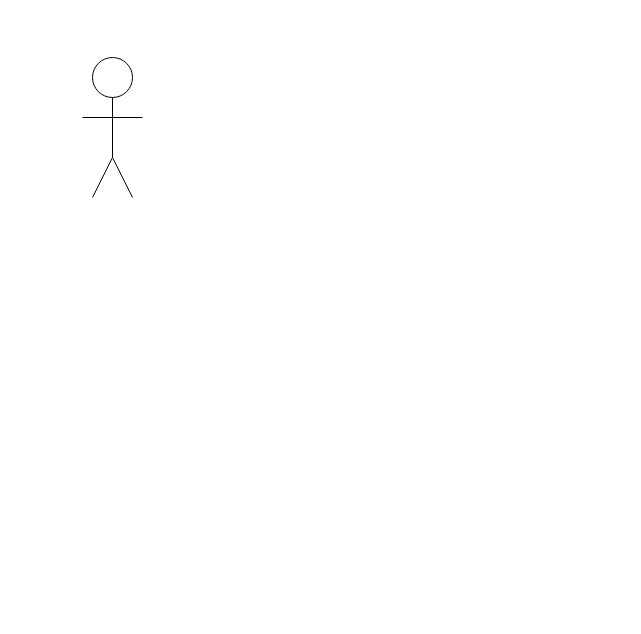
Earlier version of the draw.io diagram CMSC345/Untitled Diagram.drawio (AgileMyk/Java). Source tidied: cells renumbered, new cells numbered last; positions are measured from the earlier drawing's top-left corner, leaving out a move shared by most shapes. Both pictures are drawn from the tidied source at 100%, with x=0, y=0 at pixel (82, 57).
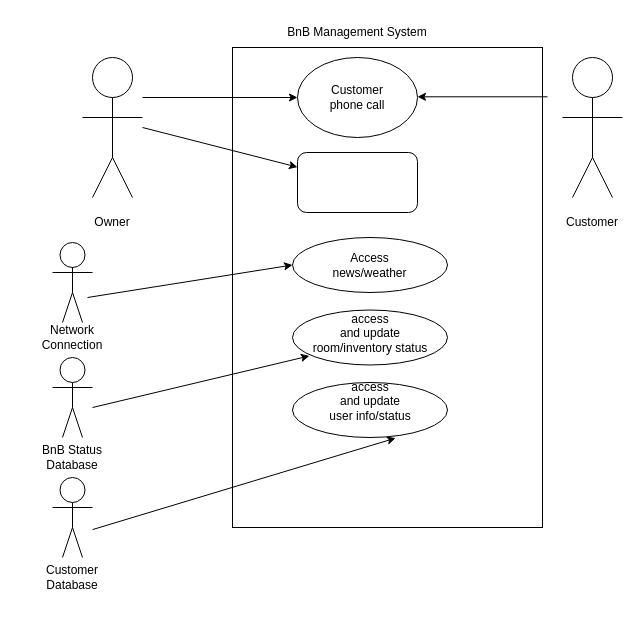
The same page after the edit.

Commit message:
CMSC345_asgn1_UML

What changed in the source:
```diff
@@
+    <mxCell id="8" style="whiteSpace=wrap;html=1;" parent="1" vertex="1">
+      <mxGeometry x="150" y="-10" width="310" height="480" as="geometry" />
+    </mxCell>
+    <mxCell id="9" style="endArrow=classic;html=1;rounded=0;entryX=0;entryY=0.5;entryDx=0;entryDy=0;" parent="1" edge="1" target="10">
+      <mxGeometry relative="1" as="geometry">
+        <mxPoint x="60" y="40" as="sourcePoint" />
+      </mxGeometry>
+    </mxCell>
+    <mxCell id="10" style="ellipse;whiteSpace=wrap;html=1;" parent="1" vertex="1">
+      <mxGeometry x="215" width="120" height="80" as="geometry" />
+    </mxCell>
+    <mxCell id="11" value="BnB Management System" style="text;html=1;align=center;verticalAlign=middle;whiteSpace=wrap;rounded=0;" parent="1" vertex="1">
+      <mxGeometry x="160" y="-40" width="230" height="30" as="geometry" />
+    </mxCell>
+    <mxCell id="12" value="Customer&lt;div&gt;phone call&lt;/div&gt;" style="text;html=1;align=center;verticalAlign=middle;whiteSpace=wrap;rounded=0;" parent="1" vertex="1">
+      <mxGeometry x="220" y="12.5" width="110" height="55" as="geometry" />
+    </mxCell>
+    <mxCell id="13" style="endArrow=classic;html=1;rounded=0;" parent="1" edge="1" target="14">
+      <mxGeometry relative="1" as="geometry">
+        <mxPoint x="60" y="70" as="sourcePoint" />
+      </mxGeometry>
+    </mxCell>
+    <mxCell id="14" style="rounded=1;whiteSpace=wrap;html=1;" parent="1" vertex="1">
+      <mxGeometry x="215" y="95" width="120" height="60" as="geometry" />
+    </mxCell>
+    <mxCell id="15" style="ellipse;whiteSpace=wrap;html=1;" parent="1" vertex="1">
+      <mxGeometry x="490" width="40" height="40" as="geometry" />
+    </mxCell>
+    <mxCell id="16" style="endArrow=none;html=1;rounded=0;entryX=0.5;entryY=1;entryDx=0;entryDy=0;" parent="1" edge="1" target="15">
+      <mxGeometry relative="1" as="geometry">
+        <mxPoint x="510" y="100" as="sourcePoint" />
+      </mxGeometry>
+    </mxCell>
+    <mxCell id="17" style="endArrow=none;html=1;rounded=0;" parent="1" edge="1">
+      <mxGeometry relative="1" as="geometry">
+        <mxPoint x="490" y="140" as="sourcePoint" />
+        <mxPoint x="510" y="100" as="targetPoint" />
+      </mxGeometry>
+    </mxCell>
+    <mxCell id="18" style="endArrow=none;html=1;rounded=0;" parent="1" edge="1">
+      <mxGeometry relative="1" as="geometry">
+        <mxPoint x="530" y="140" as="sourcePoint" />
+        <mxPoint x="510" y="100" as="targetPoint" />
+      </mxGeometry>
+    </mxCell>
+    <mxCell id="19" style="endArrow=none;html=1;rounded=0;" parent="1" edge="1">
+      <mxGeometry relative="1" as="geometry">
+        <mxPoint x="480" y="60" as="sourcePoint" />
+        <mxPoint x="510" y="60" as="targetPoint" />
+      </mxGeometry>
+    </mxCell>
+    <mxCell id="20" style="endArrow=none;html=1;rounded=0;" parent="1" edge="1">
+      <mxGeometry relative="1" as="geometry">
+        <mxPoint x="510" y="60" as="sourcePoint" />
+        <mxPoint x="540" y="60" as="targetPoint" />
+      </mxGeometry>
+    </mxCell>
+    <mxCell id="21" style="endArrow=classic;html=1;rounded=0;" parent="1" edge="1">
+      <mxGeometry relative="1" as="geometry">
+        <mxPoint x="465" y="39.3" as="sourcePoint" />
+        <mxPoint x="335" y="39.3" as="targetPoint" />
+      </mxGeometry>
+    </mxCell>
+    <mxCell id="22" value="Owner" style="text;html=1;align=center;verticalAlign=middle;whiteSpace=wrap;rounded=0;" parent="1" vertex="1">
+      <mxGeometry y="150" width="60" height="30" as="geometry" />
+    </mxCell>
+    <mxCell id="23" value="Customer" style="text;html=1;align=center;verticalAlign=middle;whiteSpace=wrap;rounded=0;" parent="1" vertex="1">
+      <mxGeometry x="480" y="150" width="60" height="30" as="geometry" />
+    </mxCell>
+    <mxCell id="24" value="BnB&amp;nbsp;&lt;span style=&quot;background-color: transparent; color: light-dark(rgb(0, 0, 0), rgb(255, 255, 255));&quot;&gt;Status&lt;/span&gt;&lt;div&gt;Database&lt;/div&gt;" style="text;html=1;align=center;verticalAlign=middle;whiteSpace=wrap;rounded=0;" parent="1" vertex="1">
+      <mxGeometry x="-65" y="360" width="110" height="80" as="geometry" />
+    </mxCell>
+    <mxCell id="25" style="endArrow=classic;html=1;rounded=0;entryX=0.109;entryY=0.835;entryDx=0;entryDy=0;entryPerimeter=0;" parent="1" edge="1" target="49">
+      <mxGeometry relative="1" as="geometry">
+        <mxPoint x="10" y="350" as="sourcePoint" />
+      </mxGeometry>
+    </mxCell>
+    <mxCell id="26" value="Customer&lt;div&gt;Database&lt;/div&gt;" style="text;html=1;align=center;verticalAlign=middle;whiteSpace=wrap;rounded=0;" parent="1" vertex="1">
+      <mxGeometry x="-40" y="480" width="60" height="80" as="geometry" />
+    </mxCell>
+    <mxCell id="27" style="endArrow=classic;html=1;rounded=0;entryX=0.665;entryY=1.011;entryDx=0;entryDy=0;entryPerimeter=0;" parent="1" edge="1" target="50">
+      <mxGeometry relative="1" as="geometry">
+        <mxPoint x="10" y="472.1" as="sourcePoint" />
+      </mxGeometry>
+    </mxCell>
+    <mxCell id="28" value="Network&lt;div&gt;Connection&lt;/div&gt;" style="text;html=1;align=center;verticalAlign=middle;whiteSpace=wrap;rounded=0;" parent="1" vertex="1">
+      <mxGeometry x="-40" y="240" width="60" height="80" as="geometry" />
+    </mxCell>
+    <mxCell id="29" style="endArrow=classic;html=1;rounded=0;entryX=0;entryY=0.5;entryDx=0;entryDy=0;exitX=0.75;exitY=0;exitDx=0;exitDy=0;" parent="1" edge="1" source="28" target="48">
+      <mxGeometry relative="1" as="geometry" />
+    </mxCell>
+    <mxCell id="30" style="ellipse;whiteSpace=wrap;html=1;" parent="1" vertex="1">
+      <mxGeometry x="-22.5" y="185" width="25" height="25" as="geometry" />
+    </mxCell>
+    <mxCell id="31" style="endArrow=none;html=1;rounded=0;entryX=0.5;entryY=1;entryDx=0;entryDy=0;" parent="1" edge="1" target="30">
+      <mxGeometry relative="1" as="geometry">
+        <mxPoint x="-10" y="235" as="sourcePoint" />
+      </mxGeometry>
+    </mxCell>
+    <mxCell id="32" style="endArrow=none;html=1;rounded=0;" parent="1" edge="1">
+      <mxGeometry relative="1" as="geometry">
+        <mxPoint x="-20" y="265" as="sourcePoint" />
+        <mxPoint x="-10" y="235" as="targetPoint" />
+      </mxGeometry>
+    </mxCell>
+    <mxCell id="33" style="endArrow=none;html=1;rounded=0;" parent="1" edge="1">
+      <mxGeometry relative="1" as="geometry">
+        <mxPoint y="265" as="sourcePoint" />
+        <mxPoint x="-10" y="235" as="targetPoint" />
+      </mxGeometry>
+    </mxCell>
+    <mxCell id="34" style="endArrow=none;html=1;rounded=0;" parent="1" edge="1">
+      <mxGeometry relative="1" as="geometry">
+        <mxPoint x="-30" y="215" as="sourcePoint" />
+        <mxPoint x="-10" y="215" as="targetPoint" />
+      </mxGeometry>
+    </mxCell>
+    <mxCell id="35" style="endArrow=none;html=1;rounded=0;" parent="1" edge="1">
+      <mxGeometry relative="1" as="geometry">
+        <mxPoint x="-10" y="215" as="sourcePoint" />
+        <mxPoint x="10" y="215" as="targetPoint" />
+      </mxGeometry>
+    </mxCell>
+    <mxCell id="36" style="ellipse;whiteSpace=wrap;html=1;" parent="1" vertex="1">
+      <mxGeometry x="-22.5" y="300" width="25" height="25" as="geometry" />
+    </mxCell>
+    <mxCell id="37" style="endArrow=none;html=1;rounded=0;entryX=0.5;entryY=1;entryDx=0;entryDy=0;" parent="1" edge="1" target="36">
+      <mxGeometry relative="1" as="geometry">
+        <mxPoint x="-10" y="350" as="sourcePoint" />
+      </mxGeometry>
+    </mxCell>
+    <mxCell id="38" style="endArrow=none;html=1;rounded=0;" parent="1" edge="1">
+      <mxGeometry relative="1" as="geometry">
+        <mxPoint x="-20" y="380" as="sourcePoint" />
+        <mxPoint x="-10" y="350" as="targetPoint" />
+      </mxGeometry>
+    </mxCell>
+    <mxCell id="39" style="endArrow=none;html=1;rounded=0;" parent="1" edge="1">
+      <mxGeometry relative="1" as="geometry">
+        <mxPoint y="380" as="sourcePoint" />
+        <mxPoint x="-10" y="350" as="targetPoint" />
+      </mxGeometry>
+    </mxCell>
+    <mxCell id="40" style="endArrow=none;html=1;rounded=0;" parent="1" edge="1">
+      <mxGeometry relative="1" as="geometry">
+        <mxPoint x="-30" y="330" as="sourcePoint" />
+        <mxPoint x="-10" y="330" as="targetPoint" />
+      </mxGeometry>
+    </mxCell>
+    <mxCell id="41" style="endArrow=none;html=1;rounded=0;" parent="1" edge="1">
+      <mxGeometry relative="1" as="geometry">
+        <mxPoint x="-10" y="330" as="sourcePoint" />
+        <mxPoint x="10" y="330" as="targetPoint" />
+      </mxGeometry>
+    </mxCell>
+    <mxCell id="42" style="ellipse;whiteSpace=wrap;html=1;" parent="1" vertex="1">
+      <mxGeometry x="-22.5" y="420" width="25" height="25" as="geometry" />
+    </mxCell>
+    <mxCell id="43" style="endArrow=none;html=1;rounded=0;entryX=0.5;entryY=1;entryDx=0;entryDy=0;" parent="1" edge="1" target="42">
+      <mxGeometry relative="1" as="geometry">
+        <mxPoint x="-10" y="470" as="sourcePoint" />
+      </mxGeometry>
+    </mxCell>
+    <mxCell id="44" style="endArrow=none;html=1;rounded=0;" parent="1" edge="1">
+      <mxGeometry relative="1" as="geometry">
+        <mxPoint x="-20" y="500" as="sourcePoint" />
+        <mxPoint x="-10" y="470" as="targetPoint" />
+      </mxGeometry>
+    </mxCell>
+    <mxCell id="45" style="endArrow=none;html=1;rounded=0;" parent="1" edge="1">
+      <mxGeometry relative="1" as="geometry">
+        <mxPoint y="500" as="sourcePoint" />
+        <mxPoint x="-10" y="470" as="targetPoint" />
+      </mxGeometry>
+    </mxCell>
+    <mxCell id="46" style="endArrow=none;html=1;rounded=0;" parent="1" edge="1">
+      <mxGeometry relative="1" as="geometry">
+        <mxPoint x="-30" y="450" as="sourcePoint" />
+        <mxPoint x="-10" y="450" as="targetPoint" />
+      </mxGeometry>
+    </mxCell>
+    <mxCell id="47" style="endArrow=none;html=1;rounded=0;" parent="1" edge="1">
+      <mxGeometry relative="1" as="geometry">
+        <mxPoint x="-10" y="450" as="sourcePoint" />
+        <mxPoint x="10" y="450" as="targetPoint" />
+      </mxGeometry>
+    </mxCell>
+    <mxCell id="48" style="ellipse;whiteSpace=wrap;html=1;" parent="1" vertex="1">
+      <mxGeometry x="210" y="180" width="155" height="55" as="geometry" />
+    </mxCell>
+    <mxCell id="49" style="ellipse;whiteSpace=wrap;html=1;" parent="1" vertex="1">
+      <mxGeometry x="210" y="252.5" width="155" height="55" as="geometry" />
+    </mxCell>
+    <mxCell id="50" style="ellipse;whiteSpace=wrap;html=1;" parent="1" vertex="1">
+      <mxGeometry x="210" y="325" width="155" height="55" as="geometry" />
+    </mxCell>
+    <mxCell id="51" value="Access news/weather" style="text;html=1;align=center;verticalAlign=middle;whiteSpace=wrap;rounded=0;" parent="1" vertex="1">
+      <mxGeometry x="271.2" y="195" width="32.5" height="25" as="geometry" />
+    </mxCell>
+    <mxCell id="52" value="access&lt;div&gt;and update&lt;/div&gt;&lt;div&gt;room/inventory status&lt;/div&gt;" style="text;html=1;align=center;verticalAlign=middle;whiteSpace=wrap;rounded=0;" parent="1" vertex="1">
+      <mxGeometry x="227.5" y="252.5" width="120" height="47.5" as="geometry" />
+    </mxCell>
+    <mxCell id="53" value="access&lt;div&gt;and update&lt;/div&gt;&lt;div&gt;user info/status&lt;/div&gt;" style="text;html=1;align=center;verticalAlign=middle;whiteSpace=wrap;rounded=0;" parent="1" vertex="1">
+      <mxGeometry x="227.5" y="320" width="120" height="47.5" as="geometry" />
+    </mxCell>
```
